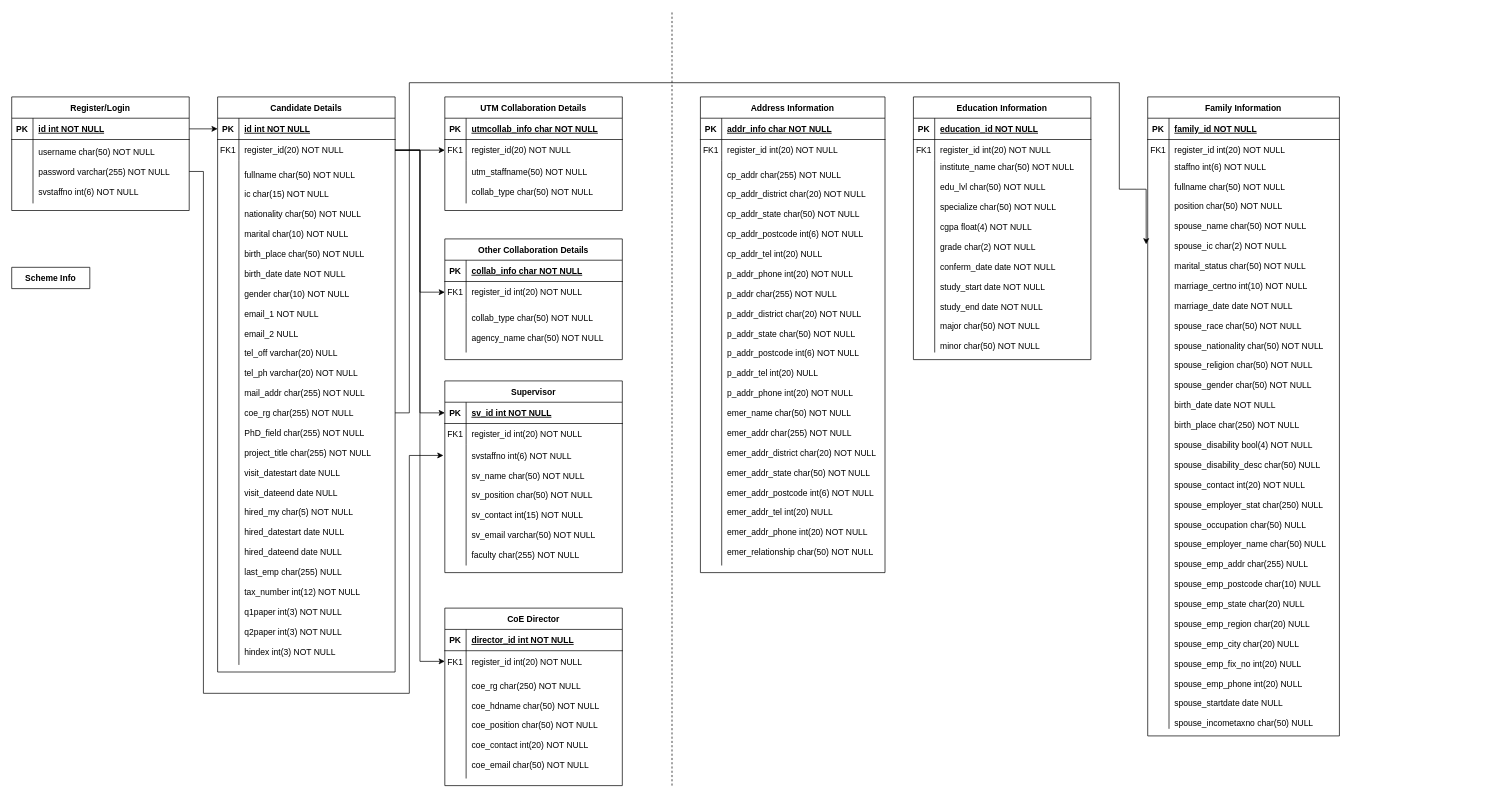
Above: Untitled Diagram.drawio in MohdSanusi/RF (draw.io), before the change. Source tidied: cells renumbered, new cells numbered last; positions are measured from the earlier drawing's top-left corner, leaving out a move shared by most shapes. Both pictures are drawn from the tidied source at 71%, with x=0, y=0 at pixel (11, 11).
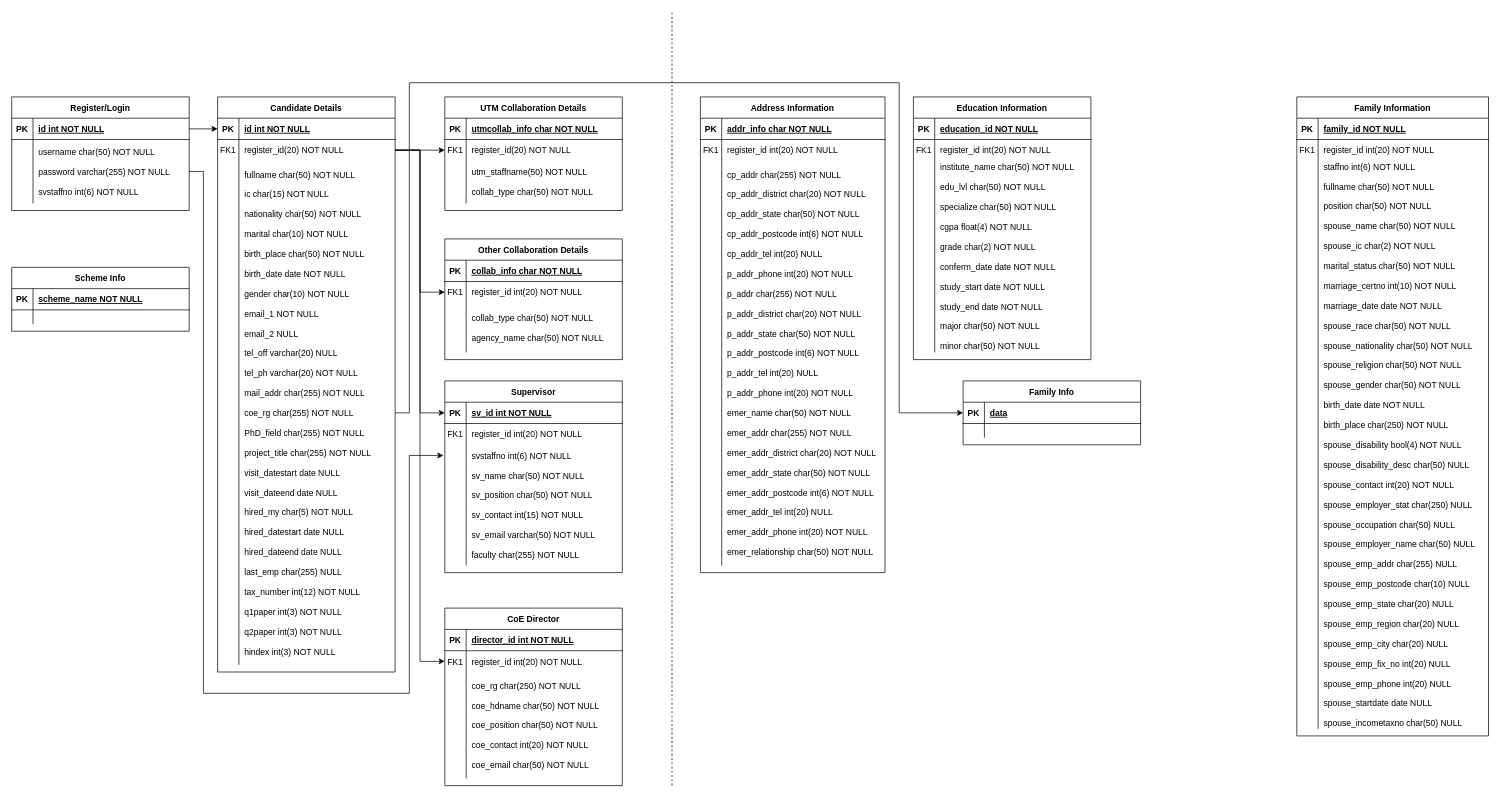
Above is the later version.

The change refers to these unchanged cells:
```xml
<mxCell id="9" style="shape=partialRectangle;fillColor=none;points=[[0,0.5],[1,0.5]];portConstraint=eastwest;top=0;left=0;right=0;bottom=0;" parent="2" vertex="1">
  <mxGeometry y="90" width="250" height="710" as="geometry" />
</mxCell>
<mxCell id="95" style="shape=partialRectangle;fillColor=none;points=[[0,0.5],[1,0.5]];portConstraint=eastwest;top=0;left=0;right=0;bottom=0;" parent="88" vertex="1">
  <mxGeometry y="90" width="270" height="800" as="geometry" />
</mxCell>
```

Change to the diagram source:
```diff
@@
-    <mxCell id="66" value="Scheme Info" style="shape=table;startSize=30;childLayout=tableLayout;rowLines=0;fontStyle=1;align=center;" parent="1" vertex="1" collapsed="1">
-      <mxGeometry y="360" width="110" height="30" as="geometry" />
+    <mxCell id="66" value="Scheme Info" style="shape=table;startSize=30;childLayout=tableLayout;rowLines=0;fontStyle=1;align=center;" parent="1" vertex="1">
+      <mxGeometry y="360" width="250" height="90" as="geometry" />
     </mxCell>
+    <mxCell id="99" style="shape=partialRectangle;fillColor=none;top=0;left=0;right=0;bottom=1;" parent="66" vertex="1">
+      <mxGeometry y="30" width="250" height="30" as="geometry" />
+    </mxCell>
+    <mxCell id="100" value="PK" style="shape=partialRectangle;overflow=hidden;fillColor=none;top=0;left=0;bottom=0;right=0;fontStyle=1;" parent="99" vertex="1">
+      <mxGeometry width="30" height="30" as="geometry" />
+    </mxCell>
+    <mxCell id="101" value="scheme_name NOT NULL " style="shape=partialRectangle;overflow=hidden;fillColor=none;top=0;left=0;bottom=0;right=0;align=left;spacingLeft=6;fontStyle=5;" parent="99" vertex="1">
+      <mxGeometry x="30" width="220" height="30" as="geometry" />
+    </mxCell>
+    <mxCell id="102" style="shape=partialRectangle;fillColor=none;top=0;left=0;right=0;bottom=0;" parent="66" vertex="1">
+      <mxGeometry y="60" width="250" height="20" as="geometry" />
+    </mxCell>
+    <mxCell id="103" style="shape=partialRectangle;overflow=hidden;fillColor=none;top=0;left=0;bottom=0;right=0;" parent="102" vertex="1">
+      <mxGeometry width="30" height="20" as="geometry" />
+    </mxCell>
+    <mxCell id="104" style="shape=partialRectangle;overflow=hidden;fillColor=none;top=0;left=0;bottom=0;right=0;align=left;spacingLeft=6;" parent="102" vertex="1">
+      <mxGeometry x="30" width="220" height="20" as="geometry" />
+    </mxCell>
@@
     <mxCell id="88" value="Family Information" style="shape=table;startSize=30;childLayout=tableLayout;rowLines=0;fontStyle=1;align=center;" parent="1" vertex="1">
-      <mxGeometry x="1600" y="120" width="270" height="900" as="geometry" />
+      <mxGeometry x="1810" y="120" width="270" height="900" as="geometry" />
     </mxCell>
@@
-    <mxCell id="98" style="edgeStyle=orthogonalEdgeStyle;rounded=0;jettySize=auto;html=1;exitX=1;exitY=0.5;exitDx=0;exitDy=0;entryX=-0.008;entryY=0.147;entryDx=0;entryDy=0;entryPerimeter=0;" parent="1" edge="1" source="9" target="95">
+    <mxCell id="98" style="edgeStyle=orthogonalEdgeStyle;rounded=0;jettySize=auto;html=1;exitX=1;exitY=0.5;exitDx=0;exitDy=0;entryX=0;entryY=0.5;entryDx=0;entryDy=0;" parent="1" edge="1" source="9" target="105">
       <mxGeometry relative="1" as="geometry">
         <Array as="points">
           <mxPoint x="560" y="565" />
           <mxPoint x="560" y="100" />
-          <mxPoint x="1560" y="100" />
-          <mxPoint x="1560" y="250" />
+          <mxPoint x="1250" y="100" />
+          <mxPoint x="1250" y="565" />
         </Array>
       </mxGeometry>
     </mxCell>
+    <mxCell id="105" value="Family Info" style="shape=table;startSize=30;childLayout=tableLayout;rowLines=0;fontStyle=1;align=center;" parent="1" vertex="1">
+      <mxGeometry x="1340" y="520" width="250" height="90" as="geometry" />
+    </mxCell>
+    <mxCell id="106" style="shape=partialRectangle;fillColor=none;top=0;left=0;right=0;bottom=1;" parent="105" vertex="1">
+      <mxGeometry y="30" width="250" height="30" as="geometry" />
+    </mxCell>
+    <mxCell id="107" value="PK" style="shape=partialRectangle;overflow=hidden;fillColor=none;top=0;left=0;bottom=0;right=0;fontStyle=1;" parent="106" vertex="1">
+      <mxGeometry width="30" height="30" as="geometry" />
+    </mxCell>
+    <mxCell id="108" value="data" style="shape=partialRectangle;overflow=hidden;fillColor=none;top=0;left=0;bottom=0;right=0;align=left;spacingLeft=6;fontStyle=5;" parent="106" vertex="1">
+      <mxGeometry x="30" width="220" height="30" as="geometry" />
+    </mxCell>
+    <mxCell id="109" style="shape=partialRectangle;fillColor=none;top=0;left=0;right=0;bottom=0;" parent="105" vertex="1">
+      <mxGeometry y="60" width="250" height="20" as="geometry" />
+    </mxCell>
+    <mxCell id="110" style="shape=partialRectangle;overflow=hidden;fillColor=none;top=0;left=0;bottom=0;right=0;" parent="109" vertex="1">
+      <mxGeometry width="30" height="20" as="geometry" />
+    </mxCell>
+    <mxCell id="111" style="shape=partialRectangle;overflow=hidden;fillColor=none;top=0;left=0;bottom=0;right=0;align=left;spacingLeft=6;" parent="109" vertex="1">
+      <mxGeometry x="30" width="220" height="20" as="geometry" />
+    </mxCell>
```
